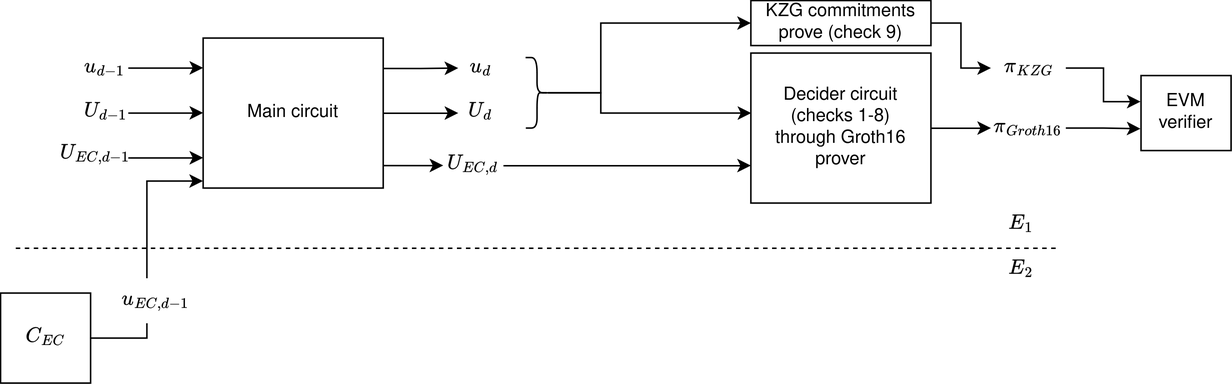
This is src/imgs/decider-onchain-flow-diagram.png from privacy-scaling-explorations/sonobe-docs, a draw.io export, as it was before one commit. Source tidied: cells renumbered, new cells last; positions are measured from the earlier drawing's top-left corner, leaving out a move shared by most shapes.
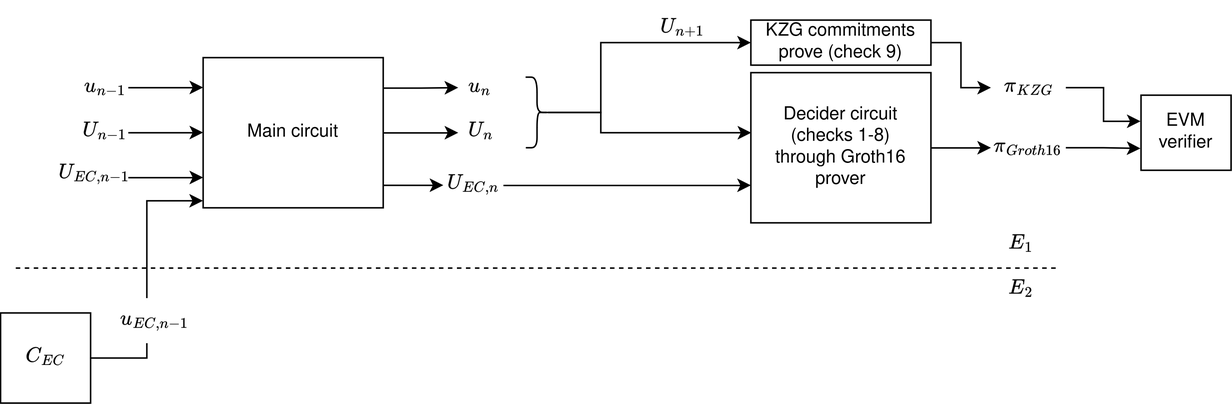
The same diagram one commit later.

Commit message:
decider-onchain: d->n, fix steps 9,10 listing

What changed in the source:
```diff
@@ -14,16 +14,16 @@
     <mxCell id="5" value="Main circuit" style="rounded=0;whiteSpace=wrap;html=1;" parent="1" vertex="1">
       <mxGeometry x="135" y="25" width="120" height="100" as="geometry" />
     </mxCell>
-    <mxCell id="6" value="$$u_d$$" style="text;html=1;strokeColor=none;fillColor=none;align=center;verticalAlign=middle;whiteSpace=wrap;rounded=0;" parent="1" vertex="1">
+    <mxCell id="6" value="$$u_n$$" style="text;html=1;strokeColor=none;fillColor=none;align=center;verticalAlign=middle;whiteSpace=wrap;rounded=0;" parent="1" vertex="1">
       <mxGeometry x="305" y="30" width="30" height="30" as="geometry" />
     </mxCell>
-    <mxCell id="7" value="$$U_d$$" style="text;html=1;strokeColor=none;fillColor=none;align=center;verticalAlign=middle;whiteSpace=wrap;rounded=0;" parent="1" vertex="1">
+    <mxCell id="7" value="$$U_n$$" style="text;html=1;strokeColor=none;fillColor=none;align=center;verticalAlign=middle;whiteSpace=wrap;rounded=0;" parent="1" vertex="1">
       <mxGeometry x="305" y="60" width="30" height="30" as="geometry" />
     </mxCell>
     <mxCell id="8" style="edgeStyle=orthogonalEdgeStyle;rounded=0;jettySize=auto;html=1;entryX=0;entryY=0.75;entryDx=0;entryDy=0;" parent="1" edge="1" source="9" target="23">
       <mxGeometry relative="1" as="geometry" />
     </mxCell>
-    <mxCell id="9" value="$$U_{EC,d}$$" style="text;html=1;strokeColor=none;fillColor=none;align=center;verticalAlign=middle;whiteSpace=wrap;rounded=0;" parent="1" vertex="1">
+    <mxCell id="9" value="$$U_{EC,n}$$" style="text;html=1;strokeColor=none;fillColor=none;align=center;verticalAlign=middle;whiteSpace=wrap;rounded=0;" parent="1" vertex="1">
       <mxGeometry x="295" y="95" width="40" height="30" as="geometry" />
     </mxCell>
     <mxCell id="10" value="$$C_{EC}$$" style="rounded=0;whiteSpace=wrap;html=1;" parent="1" vertex="1">
@@ -44,10 +44,10 @@
     <mxCell id="13" style="edgeStyle=orthogonalEdgeStyle;rounded=0;jettySize=auto;html=1;entryX=-0.001;entryY=0.953;entryDx=0;entryDy=0;entryPerimeter=0;" parent="1" edge="1" source="10" target="5">
       <mxGeometry relative="1" as="geometry" />
     </mxCell>
-    <mxCell id="14" value="$$u_{EC,d-1}$$" style="text;html=1;strokeColor=none;fillColor=default;align=center;verticalAlign=middle;whiteSpace=wrap;rounded=0;" parent="1" vertex="1">
+    <mxCell id="14" value="$$u_{EC,n-1}$$" style="text;html=1;strokeColor=none;fillColor=default;align=center;verticalAlign=middle;whiteSpace=wrap;rounded=0;" parent="1" vertex="1">
       <mxGeometry x="83" y="185" width="40" height="30" as="geometry" />
     </mxCell>
-    <mxCell id="15" value="$$U_{EC,d-1}$$" style="text;html=1;strokeColor=none;fillColor=none;align=center;verticalAlign=middle;whiteSpace=wrap;rounded=0;" parent="1" vertex="1">
+    <mxCell id="15" value="$$U_{EC,n-1}$$" style="text;html=1;strokeColor=none;fillColor=none;align=center;verticalAlign=middle;whiteSpace=wrap;rounded=0;" parent="1" vertex="1">
       <mxGeometry x="43" y="88" width="40" height="30" as="geometry" />
     </mxCell>
     <mxCell id="16" style="endArrow=classic;html=1;rounded=0;" parent="1" edge="1">
@@ -56,10 +56,10 @@
         <mxPoint x="135" y="104.8" as="targetPoint" />
       </mxGeometry>
     </mxCell>
-    <mxCell id="17" value="$$U_{d-1}$$" style="text;html=1;strokeColor=none;fillColor=none;align=center;verticalAlign=middle;whiteSpace=wrap;rounded=0;" parent="1" vertex="1">
+    <mxCell id="17" value="$$U_{n-1}$$" style="text;html=1;strokeColor=none;fillColor=none;align=center;verticalAlign=middle;whiteSpace=wrap;rounded=0;" parent="1" vertex="1">
       <mxGeometry x="55" y="60" width="30" height="30" as="geometry" />
     </mxCell>
-    <mxCell id="18" value="$$u_{d-1}$$" style="text;html=1;strokeColor=none;fillColor=none;align=center;verticalAlign=middle;whiteSpace=wrap;rounded=0;" parent="1" vertex="1">
+    <mxCell id="18" value="$$u_{n-1}$$" style="text;html=1;strokeColor=none;fillColor=none;align=center;verticalAlign=middle;whiteSpace=wrap;rounded=0;" parent="1" vertex="1">
       <mxGeometry x="55" y="30" width="30" height="30" as="geometry" />
     </mxCell>
     <mxCell id="19" style="endArrow=none;dashed=1;html=1;rounded=0;" parent="1" edge="1">
@@ -120,5 +120,8 @@
     <mxCell id="33" style="shape=curlyBracket;whiteSpace=wrap;html=1;rounded=1;flipH=1;labelPosition=right;verticalLabelPosition=middle;align=left;verticalAlign=middle;size=0.5;" parent="1" vertex="1">
       <mxGeometry x="350" y="38" width="15" height="47" as="geometry" />
     </mxCell>
+    <mxCell id="34" value="$$U_{n+1}$$" style="text;html=1;strokeColor=none;fillColor=none;align=center;verticalAlign=middle;whiteSpace=wrap;rounded=0;" parent="1" vertex="1">
+      <mxGeometry x="440" y="-9" width="30" height="30" as="geometry" />
+    </mxCell>
   </root>
 </mxGraphModel>
```
